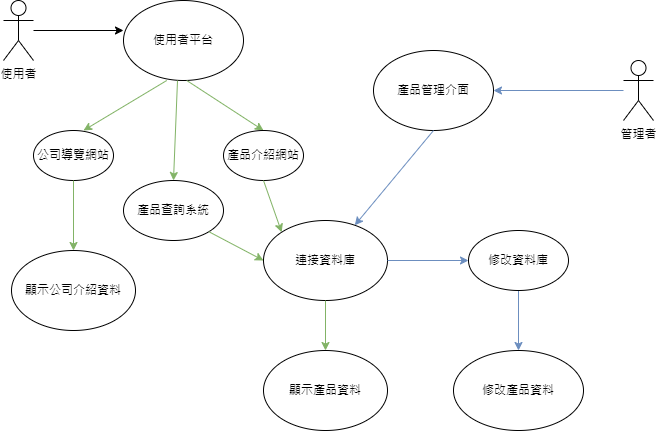
Earlier version of the draw.io export 使用者案例.png (jiehui0711/Team-17). Source tidied: cells renumbered, new cells last; positions are measured from the earlier drawing's top-left corner, leaving out a move shared by most shapes. Its diagram source:
```xml
<mxGraphModel>
  <root>
    <mxCell id="0" />
    <mxCell id="1" parent="0" />
    <mxCell id="2" value="使用者平台" style="ellipse;whiteSpace=wrap;html=1;" parent="1" vertex="1">
      <mxGeometry x="120" width="120" height="80" as="geometry" />
    </mxCell>
    <mxCell id="3" value="管理者" style="shape=umlActor;verticalLabelPosition=bottom;verticalAlign=top;html=1;outlineConnect=0;" parent="1" vertex="1">
      <mxGeometry x="620" y="60" width="30" height="60" as="geometry" />
    </mxCell>
    <mxCell id="4" value="使用者" style="shape=umlActor;verticalLabelPosition=bottom;verticalAlign=top;html=1;outlineConnect=0;" parent="1" vertex="1">
      <mxGeometry width="30" height="60" as="geometry" />
    </mxCell>
    <mxCell id="5" style="endArrow=classic;html=1;rounded=0;" parent="1" edge="1" source="4">
      <mxGeometry relative="1" as="geometry">
        <mxPoint x="120" y="30" as="targetPoint" />
      </mxGeometry>
    </mxCell>
    <mxCell id="6" value="公司導覽網站" style="ellipse;whiteSpace=wrap;html=1;" parent="1" vertex="1">
      <mxGeometry x="30" y="130" width="80" height="50" as="geometry" />
    </mxCell>
    <mxCell id="7" style="endArrow=classic;html=1;rounded=0;fillColor=#dae8fc;strokeColor=#6c8ebf;" parent="1" edge="1" source="3" target="11">
      <mxGeometry relative="1" as="geometry" />
    </mxCell>
    <mxCell id="8" style="endArrow=classic;html=1;rounded=0;exitX=0.277;exitY=1.02;exitDx=0;exitDy=0;exitPerimeter=0;fillColor=#d5e8d4;strokeColor=#82b366;" parent="1" edge="1">
      <mxGeometry relative="1" as="geometry">
        <mxPoint x="163.2" y="80" as="sourcePoint" />
        <mxPoint x="80" y="130" as="targetPoint" />
      </mxGeometry>
    </mxCell>
    <mxCell id="9" style="endArrow=classic;html=1;rounded=0;exitX=0.277;exitY=1.02;exitDx=0;exitDy=0;exitPerimeter=0;entryX=0.5;entryY=0;entryDx=0;entryDy=0;fillColor=#d5e8d4;strokeColor=#82b366;" parent="1" edge="1" target="10">
      <mxGeometry relative="1" as="geometry">
        <mxPoint x="183.2" y="80" as="sourcePoint" />
      </mxGeometry>
    </mxCell>
    <mxCell id="10" value="產品介紹網站" style="ellipse;whiteSpace=wrap;html=1;" parent="1" vertex="1">
      <mxGeometry x="220" y="130" width="80" height="50" as="geometry" />
    </mxCell>
    <mxCell id="11" value="產品管理介面" style="ellipse;whiteSpace=wrap;html=1;" parent="1" vertex="1">
      <mxGeometry x="370" y="50" width="120" height="80" as="geometry" />
    </mxCell>
    <mxCell id="12" value="產品查詢系統" style="ellipse;whiteSpace=wrap;html=1;" parent="1" vertex="1">
      <mxGeometry x="120" y="180" width="100" height="60" as="geometry" />
    </mxCell>
    <mxCell id="13" style="endArrow=classic;html=1;rounded=0;exitX=0.5;exitY=1;exitDx=0;exitDy=0;entryX=0;entryY=0;entryDx=0;entryDy=0;fillColor=#d5e8d4;strokeColor=#82b366;" parent="1" edge="1" source="10" target="17">
      <mxGeometry relative="1" as="geometry" />
    </mxCell>
    <mxCell id="14" style="endArrow=classic;html=1;rounded=0;fillColor=#dae8fc;strokeColor=#6c8ebf;" parent="1" edge="1" target="17">
      <mxGeometry relative="1" as="geometry">
        <mxPoint x="430" y="130" as="sourcePoint" />
      </mxGeometry>
    </mxCell>
    <mxCell id="15" style="endArrow=classic;html=1;rounded=0;entryX=0.5;entryY=0;entryDx=0;entryDy=0;exitX=0.5;exitY=1;exitDx=0;exitDy=0;fillColor=#dae8fc;strokeColor=#6c8ebf;" parent="1" edge="1" source="19" target="16">
      <mxGeometry relative="1" as="geometry" />
    </mxCell>
    <mxCell id="16" value="修改產品資料" style="ellipse;whiteSpace=wrap;html=1;" parent="1" vertex="1">
      <mxGeometry x="450" y="350" width="130" height="80" as="geometry" />
    </mxCell>
    <mxCell id="17" value="連接資料庫" style="ellipse;whiteSpace=wrap;html=1;" parent="1" vertex="1">
      <mxGeometry x="260" y="220" width="124" height="80" as="geometry" />
    </mxCell>
    <mxCell id="18" style="endArrow=classic;html=1;rounded=0;entryX=0.5;entryY=0;entryDx=0;entryDy=0;exitX=0.45;exitY=1;exitDx=0;exitDy=0;exitPerimeter=0;fillColor=#d5e8d4;strokeColor=#82b366;" parent="1" edge="1" source="2" target="12">
      <mxGeometry relative="1" as="geometry" />
    </mxCell>
    <mxCell id="19" value="修改資料庫" style="ellipse;whiteSpace=wrap;html=1;" parent="1" vertex="1">
      <mxGeometry x="465" y="230" width="100" height="60" as="geometry" />
    </mxCell>
    <mxCell id="20" style="endArrow=classic;html=1;rounded=0;exitX=0.5;exitY=1;exitDx=0;exitDy=0;entryX=0;entryY=0.5;entryDx=0;entryDy=0;fillColor=#dae8fc;strokeColor=#6c8ebf;" parent="1" edge="1" target="19">
      <mxGeometry relative="1" as="geometry">
        <mxPoint x="384" y="260" as="sourcePoint" />
      </mxGeometry>
    </mxCell>
    <mxCell id="21" value="顯示公司介紹資料" style="ellipse;whiteSpace=wrap;html=1;" parent="1" vertex="1">
      <mxGeometry x="8" y="250" width="124" height="80" as="geometry" />
    </mxCell>
    <mxCell id="22" style="endArrow=classic;html=1;rounded=0;exitX=0.5;exitY=1;exitDx=0;exitDy=0;entryX=0.5;entryY=0;entryDx=0;entryDy=0;fillColor=#d5e8d4;strokeColor=#82b366;" parent="1" edge="1" source="6" target="21">
      <mxGeometry relative="1" as="geometry" />
    </mxCell>
    <mxCell id="23" value="顯示產品資料" style="ellipse;whiteSpace=wrap;html=1;" parent="1" vertex="1">
      <mxGeometry x="260" y="350" width="124" height="80" as="geometry" />
    </mxCell>
    <mxCell id="24" style="endArrow=classic;html=1;rounded=0;entryX=0.5;entryY=0;entryDx=0;entryDy=0;fillColor=#d5e8d4;strokeColor=#82b366;exitX=0.5;exitY=1;exitDx=0;exitDy=0;" parent="1" edge="1" source="17" target="23">
      <mxGeometry relative="1" as="geometry" />
    </mxCell>
    <mxCell id="25" style="endArrow=classic;html=1;rounded=0;exitX=1;exitY=1;exitDx=0;exitDy=0;entryX=0;entryY=0.5;entryDx=0;entryDy=0;fillColor=#d5e8d4;strokeColor=#82b366;" parent="1" edge="1" source="12" target="17">
      <mxGeometry relative="1" as="geometry" />
    </mxCell>
  </root>
</mxGraphModel>
```
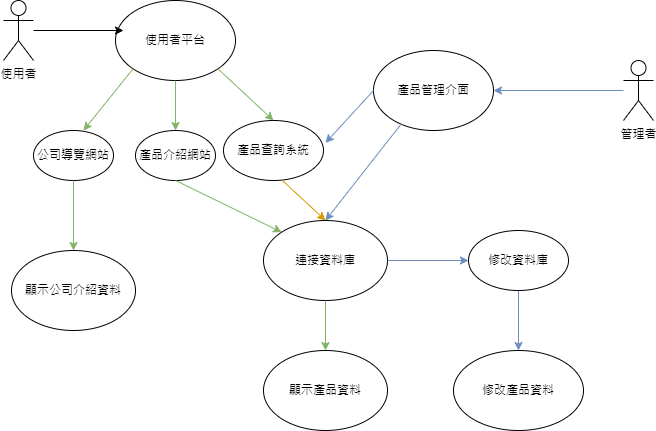
After the commit.

Diff of the diagram source:
```diff
@@ -3,7 +3,7 @@
     <mxCell id="0" />
     <mxCell id="1" parent="0" />
     <mxCell id="2" value="使用者平台" style="ellipse;whiteSpace=wrap;html=1;" parent="1" vertex="1">
-      <mxGeometry x="120" width="120" height="80" as="geometry" />
+      <mxGeometry x="112" width="120" height="80" as="geometry" />
     </mxCell>
     <mxCell id="3" value="管理者" style="shape=umlActor;verticalLabelPosition=bottom;verticalAlign=top;html=1;outlineConnect=0;" parent="1" vertex="1">
       <mxGeometry x="620" y="60" width="30" height="60" as="geometry" />
@@ -22,33 +22,28 @@
     <mxCell id="7" style="endArrow=classic;html=1;rounded=0;fillColor=#dae8fc;strokeColor=#6c8ebf;" parent="1" edge="1" source="3" target="11">
       <mxGeometry relative="1" as="geometry" />
     </mxCell>
-    <mxCell id="8" style="endArrow=classic;html=1;rounded=0;exitX=0.277;exitY=1.02;exitDx=0;exitDy=0;exitPerimeter=0;fillColor=#d5e8d4;strokeColor=#82b366;" parent="1" edge="1">
+    <mxCell id="8" style="endArrow=classic;html=1;rounded=0;exitX=0;exitY=1;exitDx=0;exitDy=0;fillColor=#d5e8d4;strokeColor=#82b366;" parent="1" edge="1" source="2">
       <mxGeometry relative="1" as="geometry">
-        <mxPoint x="163.2" y="80" as="sourcePoint" />
         <mxPoint x="80" y="130" as="targetPoint" />
       </mxGeometry>
     </mxCell>
-    <mxCell id="9" style="endArrow=classic;html=1;rounded=0;exitX=0.277;exitY=1.02;exitDx=0;exitDy=0;exitPerimeter=0;entryX=0.5;entryY=0;entryDx=0;entryDy=0;fillColor=#d5e8d4;strokeColor=#82b366;" parent="1" edge="1" target="10">
-      <mxGeometry relative="1" as="geometry">
-        <mxPoint x="183.2" y="80" as="sourcePoint" />
-      </mxGeometry>
+    <mxCell id="9" style="endArrow=classic;html=1;rounded=0;exitX=0.5;exitY=1;exitDx=0;exitDy=0;entryX=0.5;entryY=0;entryDx=0;entryDy=0;fillColor=#d5e8d4;strokeColor=#82b366;" parent="1" edge="1" source="2" target="10">
+      <mxGeometry relative="1" as="geometry" />
     </mxCell>
     <mxCell id="10" value="產品介紹網站" style="ellipse;whiteSpace=wrap;html=1;" parent="1" vertex="1">
-      <mxGeometry x="220" y="130" width="80" height="50" as="geometry" />
+      <mxGeometry x="132" y="130" width="80" height="50" as="geometry" />
     </mxCell>
     <mxCell id="11" value="產品管理介面" style="ellipse;whiteSpace=wrap;html=1;" parent="1" vertex="1">
       <mxGeometry x="370" y="50" width="120" height="80" as="geometry" />
     </mxCell>
     <mxCell id="12" value="產品查詢系統" style="ellipse;whiteSpace=wrap;html=1;" parent="1" vertex="1">
-      <mxGeometry x="120" y="180" width="100" height="60" as="geometry" />
+      <mxGeometry x="220" y="120" width="100" height="60" as="geometry" />
     </mxCell>
     <mxCell id="13" style="endArrow=classic;html=1;rounded=0;exitX=0.5;exitY=1;exitDx=0;exitDy=0;entryX=0;entryY=0;entryDx=0;entryDy=0;fillColor=#d5e8d4;strokeColor=#82b366;" parent="1" edge="1" source="10" target="17">
       <mxGeometry relative="1" as="geometry" />
     </mxCell>
-    <mxCell id="14" style="endArrow=classic;html=1;rounded=0;fillColor=#dae8fc;strokeColor=#6c8ebf;" parent="1" edge="1" target="17">
-      <mxGeometry relative="1" as="geometry">
-        <mxPoint x="430" y="130" as="sourcePoint" />
-      </mxGeometry>
+    <mxCell id="14" style="endArrow=classic;html=1;rounded=0;fillColor=#dae8fc;strokeColor=#6c8ebf;exitX=0.233;exitY=0.915;exitDx=0;exitDy=0;exitPerimeter=0;entryX=0.5;entryY=0;entryDx=0;entryDy=0;" parent="1" edge="1" source="11" target="17">
+      <mxGeometry relative="1" as="geometry" />
     </mxCell>
     <mxCell id="15" style="endArrow=classic;html=1;rounded=0;entryX=0.5;entryY=0;entryDx=0;entryDy=0;exitX=0.5;exitY=1;exitDx=0;exitDy=0;fillColor=#dae8fc;strokeColor=#6c8ebf;" parent="1" edge="1" source="19" target="16">
       <mxGeometry relative="1" as="geometry" />
@@ -59,7 +54,7 @@
     <mxCell id="17" value="連接資料庫" style="ellipse;whiteSpace=wrap;html=1;" parent="1" vertex="1">
       <mxGeometry x="260" y="220" width="124" height="80" as="geometry" />
     </mxCell>
-    <mxCell id="18" style="endArrow=classic;html=1;rounded=0;entryX=0.5;entryY=0;entryDx=0;entryDy=0;exitX=0.45;exitY=1;exitDx=0;exitDy=0;exitPerimeter=0;fillColor=#d5e8d4;strokeColor=#82b366;" parent="1" edge="1" source="2" target="12">
+    <mxCell id="18" style="endArrow=classic;html=1;rounded=0;entryX=0.5;entryY=0;entryDx=0;entryDy=0;exitX=1;exitY=1;exitDx=0;exitDy=0;fillColor=#d5e8d4;strokeColor=#82b366;" parent="1" edge="1" source="2" target="12">
       <mxGeometry relative="1" as="geometry" />
     </mxCell>
     <mxCell id="19" value="修改資料庫" style="ellipse;whiteSpace=wrap;html=1;" parent="1" vertex="1">
@@ -82,8 +77,15 @@
     <mxCell id="24" style="endArrow=classic;html=1;rounded=0;entryX=0.5;entryY=0;entryDx=0;entryDy=0;fillColor=#d5e8d4;strokeColor=#82b366;exitX=0.5;exitY=1;exitDx=0;exitDy=0;" parent="1" edge="1" source="17" target="23">
       <mxGeometry relative="1" as="geometry" />
     </mxCell>
-    <mxCell id="25" style="endArrow=classic;html=1;rounded=0;exitX=1;exitY=1;exitDx=0;exitDy=0;entryX=0;entryY=0.5;entryDx=0;entryDy=0;fillColor=#d5e8d4;strokeColor=#82b366;" parent="1" edge="1" source="12" target="17">
-      <mxGeometry relative="1" as="geometry" />
-    </mxCell>
+    <mxCell id="26" style="endArrow=classic;html=1;rounded=0;fillColor=#dae8fc;strokeColor=#6c8ebf;entryX=1.02;entryY=0.373;entryDx=0;entryDy=0;entryPerimeter=0;" parent="1" edge="1" target="12">
+      <mxGeometry relative="1" as="geometry">
+        <mxPoint x="370" y="90" as="sourcePoint" />
+      </mxGeometry>
+    </mxCell>
+    <mxCell id="27" style="endArrow=classic;html=1;rounded=0;fillColor=#ffe6cc;strokeColor=#d79b00;entryX=0.5;entryY=0;entryDx=0;entryDy=0;" parent="1" edge="1" target="17">
+      <mxGeometry relative="1" as="geometry">
+        <mxPoint x="279" y="180" as="sourcePoint" />
+      </mxGeometry>
+    </mxCell>
   </root>
 </mxGraphModel>
```
